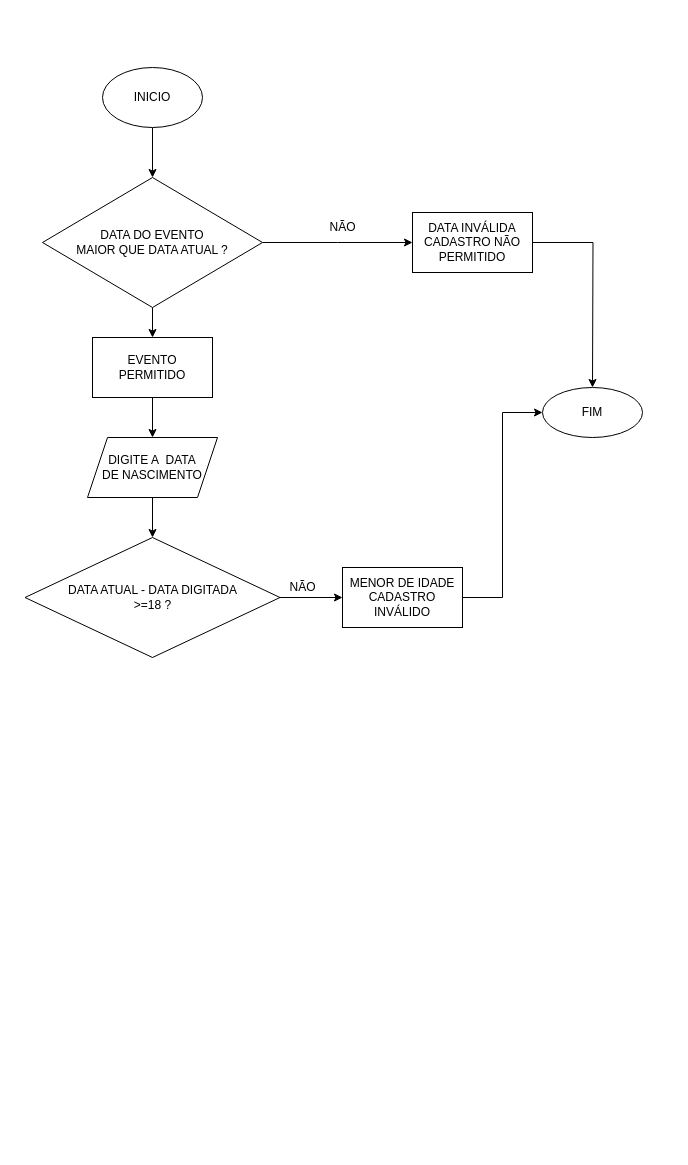
Earlier version of the draw.io diagram Cadastro para eventos.drawio (fnandolopes/fluxograma). Source tidied: cells renumbered, new cells numbered last; positions are measured from the earlier drawing's top-left corner, leaving out a move shared by most shapes. Both pictures are drawn from the tidied source at 100%, with x=0, y=0 at pixel (24, 67).
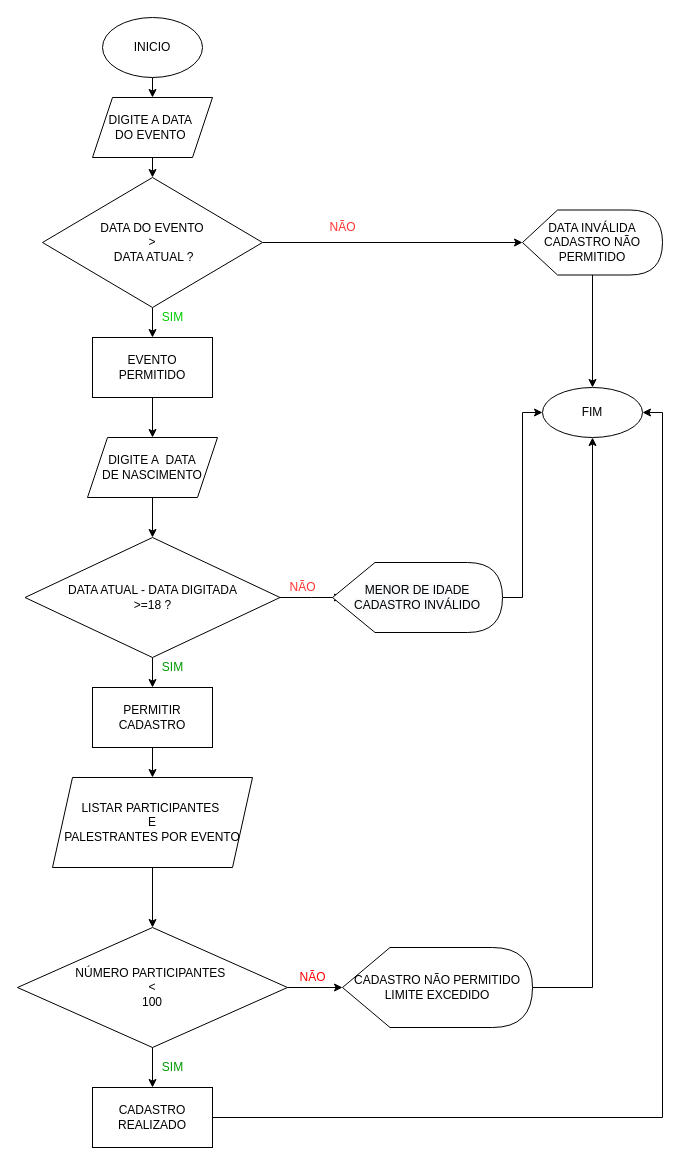
The same page after the edit.

The change refers to these unchanged cells:
```xml
<mxCell id="10" value="FIM" style="ellipse;whiteSpace=wrap;html=1;" parent="1" vertex="1">
  <mxGeometry x="518" y="320" width="100" height="50" as="geometry" />
</mxCell>
<mxCell id="16" value="DATA ATUAL - DATA DIGITADA &lt;br&gt;&amp;gt;=18 ?" style="rhombus;whiteSpace=wrap;html=1;" parent="1" vertex="1">
  <mxGeometry x="0.5" y="470" width="255" height="120" as="geometry" />
</mxCell>
```

What changed in the source:
```diff
@@
-    <mxCell id="2" style="edgeStyle=orthogonalEdgeStyle;rounded=0;jettySize=auto;html=1;entryX=0.5;entryY=0;entryDx=0;entryDy=0;" parent="1" edge="1" source="3" target="6">
-      <mxGeometry relative="1" as="geometry" />
-    </mxCell>
+    <mxCell id="20" style="edgeStyle=orthogonalEdgeStyle;rounded=0;jettySize=auto;html=1;exitX=0.5;exitY=1;exitDx=0;exitDy=0;entryX=0.5;entryY=0;entryDx=0;entryDy=0;" parent="1" edge="1" source="3" target="28">
+      <mxGeometry relative="1" as="geometry" />
+    </mxCell>
     <mxCell id="3" value="INICIO" style="ellipse;whiteSpace=wrap;html=1;" parent="1" vertex="1">
-      <mxGeometry x="78" width="100" height="60" as="geometry" />
+      <mxGeometry x="78" y="-50" width="100" height="60" as="geometry" />
     </mxCell>
-    <mxCell id="4" style="edgeStyle=orthogonalEdgeStyle;rounded=0;jettySize=auto;html=1;exitX=1;exitY=0.5;exitDx=0;exitDy=0;entryX=0;entryY=0.5;entryDx=0;entryDy=0;" parent="1" edge="1" source="6">
-      <mxGeometry relative="1" as="geometry">
-        <mxPoint x="388" y="175" as="targetPoint" />
-      </mxGeometry>
+    <mxCell id="4" style="edgeStyle=orthogonalEdgeStyle;rounded=0;jettySize=auto;html=1;exitX=1;exitY=0.5;exitDx=0;exitDy=0;entryX=0;entryY=0.5;entryDx=0;entryDy=0;entryPerimeter=0;" parent="1" edge="1" source="6" target="9">
+      <mxGeometry relative="1" as="geometry" />
     </mxCell>
@@
-    <mxCell id="6" value="DATA DO EVENTO&lt;br&gt;MAIOR QUE DATA ATUAL ?" style="rhombus;whiteSpace=wrap;html=1;" parent="1" vertex="1">
+    <mxCell id="6" value="DATA DO EVENTO&lt;br&gt;&amp;gt;&lt;br&gt;&amp;nbsp;DATA ATUAL ?" style="rhombus;whiteSpace=wrap;html=1;" parent="1" vertex="1">
       <mxGeometry x="18" y="110" width="220" height="130" as="geometry" />
     </mxCell>
-    <mxCell id="7" value="NÃO" style="text;html=1;align=center;verticalAlign=middle;strokeColor=none;fillColor=none;" parent="1" vertex="1">
+    <mxCell id="7" value="NÃO" style="text;html=1;align=center;verticalAlign=middle;fontColor=#FF3333;" parent="1" vertex="1">
       <mxGeometry x="298" y="150" width="40" height="20" as="geometry" />
     </mxCell>
-    <mxCell id="8" style="edgeStyle=orthogonalEdgeStyle;rounded=0;jettySize=auto;html=1;" parent="1" edge="1" source="9">
-      <mxGeometry relative="1" as="geometry">
-        <mxPoint x="568" y="320" as="targetPoint" />
-      </mxGeometry>
-    </mxCell>
-    <mxCell id="9" value="DATA INVÁLIDA&lt;br&gt;CADASTRO NÃO PERMITIDO" style="rounded=0;whiteSpace=wrap;html=1;" parent="1" vertex="1">
-      <mxGeometry x="388" y="145" width="120" height="60" as="geometry" />
-    </mxCell>
@@
-    <mxCell id="15" style="edgeStyle=orthogonalEdgeStyle;rounded=0;jettySize=auto;html=1;exitX=1;exitY=0.5;exitDx=0;exitDy=0;entryX=0;entryY=0.5;entryDx=0;entryDy=0;" parent="1" edge="1" source="16" target="18">
-      <mxGeometry relative="1" as="geometry" />
+    <mxCell id="15" style="edgeStyle=orthogonalEdgeStyle;rounded=0;jettySize=auto;html=1;exitX=1;exitY=0.5;exitDx=0;exitDy=0;entryX=0;entryY=0.5;entryDx=0;entryDy=0;" parent="1" edge="1" source="16">
+      <mxGeometry relative="1" as="geometry">
+        <mxPoint x="318" y="530" as="targetPoint" />
+      </mxGeometry>
     </mxCell>
+    <mxCell id="21" style="edgeStyle=orthogonalEdgeStyle;rounded=0;jettySize=auto;html=1;exitX=0.5;exitY=1;exitDx=0;exitDy=0;entryX=0.5;entryY=0;entryDx=0;entryDy=0;" parent="1" edge="1" source="16" target="30">
+      <mxGeometry relative="1" as="geometry" />
+    </mxCell>
@@
+    <mxCell id="19" value="NÃO" style="text;html=1;align=center;verticalAlign=middle;strokeColor=none;fillColor=none;fontColor=#FF3333;" parent="1" vertex="1">
+      <mxGeometry x="258" y="510" width="40" height="20" as="geometry" />
+    </mxCell>
+    <mxCell id="22" style="edgeStyle=orthogonalEdgeStyle;rounded=0;jettySize=auto;html=1;exitX=0.5;exitY=1;exitDx=0;exitDy=0;" parent="1" edge="1" source="23" target="26">
+      <mxGeometry relative="1" as="geometry" />
+    </mxCell>
+    <mxCell id="23" value="&lt;span&gt;LISTAR PARTICIPANTES&amp;nbsp;&lt;/span&gt;&lt;br&gt;&lt;span&gt;E&lt;/span&gt;&lt;br&gt;&lt;span&gt;PALESTRANTES POR EVENTO&lt;/span&gt;" style="shape=parallelogram;perimeter=parallelogramPerimeter;whiteSpace=wrap;html=1;fixedSize=1;" parent="1" vertex="1">
+      <mxGeometry x="28" y="710" width="200" height="90" as="geometry" />
+    </mxCell>
+    <mxCell id="24" style="edgeStyle=orthogonalEdgeStyle;rounded=0;jettySize=auto;html=1;exitX=1;exitY=0.5;exitDx=0;exitDy=0;entryX=0;entryY=0.5;entryDx=0;entryDy=0;entryPerimeter=0;" parent="1" edge="1" source="26" target="33">
+      <mxGeometry relative="1" as="geometry" />
+    </mxCell>
+    <mxCell id="25" style="edgeStyle=orthogonalEdgeStyle;rounded=0;jettySize=auto;html=1;exitX=0.5;exitY=1;exitDx=0;exitDy=0;entryX=0.5;entryY=0;entryDx=0;entryDy=0;fontColor=#000000;" parent="1" edge="1" source="26" target="38">
+      <mxGeometry relative="1" as="geometry" />
+    </mxCell>
+    <mxCell id="26" value="NÚMERO PARTICIPANTES&amp;nbsp;&lt;br&gt;&amp;lt;&lt;br&gt;100" style="rhombus;whiteSpace=wrap;html=1;" parent="1" vertex="1">
+      <mxGeometry x="-7" y="860" width="270" height="120" as="geometry" />
+    </mxCell>
+    <mxCell id="27" style="edgeStyle=orthogonalEdgeStyle;rounded=0;jettySize=auto;html=1;exitX=0.5;exitY=1;exitDx=0;exitDy=0;entryX=0.5;entryY=0;entryDx=0;entryDy=0;" parent="1" edge="1" source="28" target="6">
+      <mxGeometry relative="1" as="geometry" />
+    </mxCell>
+    <mxCell id="28" value="DIGITE A DATA&amp;nbsp;&lt;br&gt;DO EVENTO&amp;nbsp;" style="shape=parallelogram;perimeter=parallelogramPerimeter;whiteSpace=wrap;html=1;fixedSize=1;" parent="1" vertex="1">
+      <mxGeometry x="68" y="30" width="120" height="60" as="geometry" />
+    </mxCell>
+    <mxCell id="29" style="edgeStyle=orthogonalEdgeStyle;rounded=0;jettySize=auto;html=1;exitX=0.5;exitY=1;exitDx=0;exitDy=0;entryX=0.5;entryY=0;entryDx=0;entryDy=0;" parent="1" edge="1" source="30" target="23">
+      <mxGeometry relative="1" as="geometry" />
+    </mxCell>
+    <mxCell id="30" value="PERMITIR&lt;br&gt;CADASTRO" style="rounded=0;whiteSpace=wrap;html=1;" parent="1" vertex="1">
+      <mxGeometry x="68" y="620" width="120" height="60" as="geometry" />
+    </mxCell>
+    <mxCell id="31" style="edgeStyle=orthogonalEdgeStyle;rounded=0;jettySize=auto;html=1;entryX=0.5;entryY=0;entryDx=0;entryDy=0;" parent="1" edge="1" source="9" target="10">
+      <mxGeometry relative="1" as="geometry" />
+    </mxCell>
+    <mxCell id="9" value="&lt;span&gt;DATA INVÁLIDA&lt;/span&gt;&lt;br&gt;&lt;span&gt;CADASTRO NÃO PERMITIDO&lt;/span&gt;" style="shape=display;whiteSpace=wrap;html=1;" parent="1" vertex="1">
+      <mxGeometry x="498" y="142.5" width="140" height="65" as="geometry" />
+    </mxCell>
-    <mxCell id="17" style="edgeStyle=orthogonalEdgeStyle;rounded=0;jettySize=auto;html=1;entryX=0;entryY=0.5;entryDx=0;entryDy=0;" parent="1" edge="1" source="18" target="10">
+    <mxCell id="17" style="edgeStyle=orthogonalEdgeStyle;rounded=0;jettySize=auto;html=1;exitX=1;exitY=0.5;exitDx=0;exitDy=0;exitPerimeter=0;entryX=0;entryY=0.5;entryDx=0;entryDy=0;" parent="1" edge="1" source="18" target="10">
       <mxGeometry relative="1" as="geometry" />
     </mxCell>
-    <mxCell id="18" value="MENOR DE IDADE&lt;br&gt;CADASTRO INVÁLIDO" style="rounded=0;whiteSpace=wrap;html=1;" parent="1" vertex="1">
-      <mxGeometry x="318" y="500" width="120" height="60" as="geometry" />
+    <mxCell id="18" value="&#10;&#10;&lt;span style=&quot;color: rgb(0, 0, 0); font-family: helvetica; font-size: 12px; font-style: normal; font-weight: 400; letter-spacing: normal; text-align: center; text-indent: 0px; text-transform: none; word-spacing: 0px; background-color: rgb(248, 249, 250); display: inline; float: none;&quot;&gt;MENOR DE IDADE&lt;/span&gt;&lt;br style=&quot;color: rgb(0, 0, 0); font-family: helvetica; font-size: 12px; font-style: normal; font-weight: 400; letter-spacing: normal; text-align: center; text-indent: 0px; text-transform: none; word-spacing: 0px; background-color: rgb(248, 249, 250);&quot;&gt;&lt;span style=&quot;color: rgb(0, 0, 0); font-family: helvetica; font-size: 12px; font-style: normal; font-weight: 400; letter-spacing: normal; text-align: center; text-indent: 0px; text-transform: none; word-spacing: 0px; background-color: rgb(248, 249, 250); display: inline; float: none;&quot;&gt;CADASTRO INVÁLIDO&lt;/span&gt;&#10;&#10;" style="shape=display;whiteSpace=wrap;html=1;" parent="1" vertex="1">
+      <mxGeometry x="308" y="495" width="170" height="70" as="geometry" />
     </mxCell>
-    <mxCell id="19" value="NÃO" style="text;html=1;align=center;verticalAlign=middle;strokeColor=none;fillColor=none;" parent="1" vertex="1">
-      <mxGeometry x="258" y="510" width="40" height="20" as="geometry" />
-    </mxCell>
+    <mxCell id="32" style="edgeStyle=orthogonalEdgeStyle;rounded=0;jettySize=auto;html=1;entryX=0.5;entryY=1;entryDx=0;entryDy=0;fontColor=#FF0000;" parent="1" edge="1" source="33" target="10">
+      <mxGeometry relative="1" as="geometry" />
+    </mxCell>
+    <mxCell id="33" value="CADASTRO NÃO PERMITIDO&lt;br&gt;LIMITE EXCEDIDO" style="shape=display;whiteSpace=wrap;html=1;" parent="1" vertex="1">
+      <mxGeometry x="318" y="880" width="190" height="80" as="geometry" />
+    </mxCell>
+    <mxCell id="34" value="NÃO" style="text;html=1;align=center;verticalAlign=middle;strokeColor=none;fillColor=none;fontColor=#FF0000;" parent="1" vertex="1">
+      <mxGeometry x="268" y="900" width="40" height="20" as="geometry" />
+    </mxCell>
+    <mxCell id="35" value="SIM" style="text;html=1;align=center;verticalAlign=middle;strokeColor=none;fillColor=none;fontColor=#009900;" parent="1" vertex="1">
+      <mxGeometry x="128" y="590" width="40" height="20" as="geometry" />
+    </mxCell>
+    <mxCell id="36" value="SIM" style="text;html=1;align=center;verticalAlign=middle;strokeColor=none;fillColor=none;fontColor=#00CC00;" parent="1" vertex="1">
+      <mxGeometry x="128" y="240" width="40" height="20" as="geometry" />
+    </mxCell>
+    <mxCell id="37" style="edgeStyle=orthogonalEdgeStyle;rounded=0;jettySize=auto;html=1;exitX=1;exitY=0.5;exitDx=0;exitDy=0;entryX=1;entryY=0.5;entryDx=0;entryDy=0;fontColor=#000000;" parent="1" edge="1" source="38" target="10">
+      <mxGeometry relative="1" as="geometry" />
+    </mxCell>
+    <mxCell id="38" value="CADASTRO&lt;br&gt;REALIZADO" style="rounded=0;whiteSpace=wrap;html=1;fontColor=#000000;" parent="1" vertex="1">
+      <mxGeometry x="68" y="1020" width="120" height="60" as="geometry" />
+    </mxCell>
+    <mxCell id="39" value="SIM" style="text;html=1;align=center;verticalAlign=middle;strokeColor=none;fillColor=none;fontColor=#009900;" parent="1" vertex="1">
+      <mxGeometry x="128" y="990" width="40" height="20" as="geometry" />
+    </mxCell>
```
